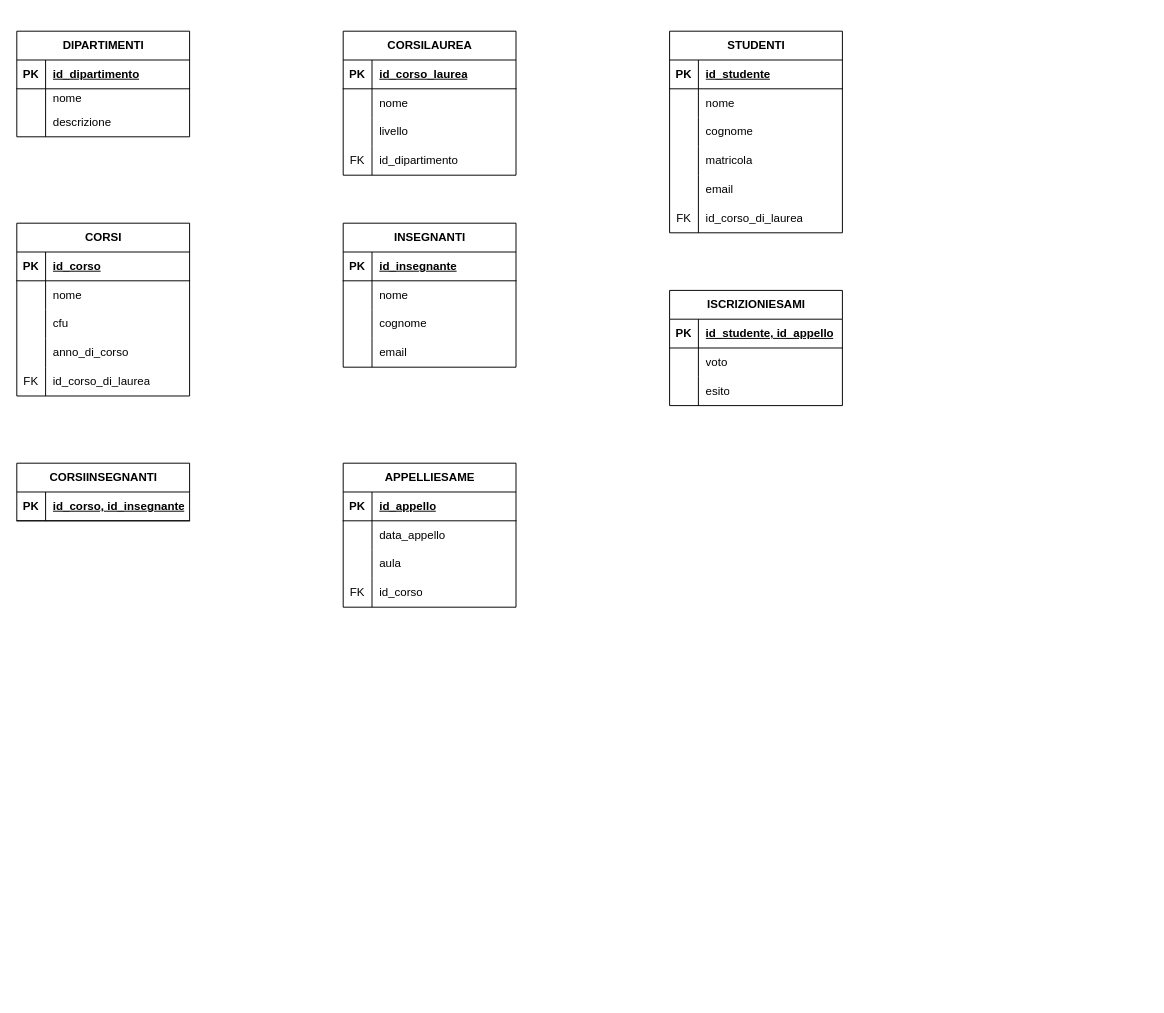
Above: university.dio in Michecosa/db-university (draw.io), before the change. Source tidied: cells renumbered, new cells numbered last; positions are measured from the earlier drawing's top-left corner, leaving out a move shared by most shapes. Both pictures are drawn from the tidied source at 96%, with x=0, y=0 at pixel (16, 31).
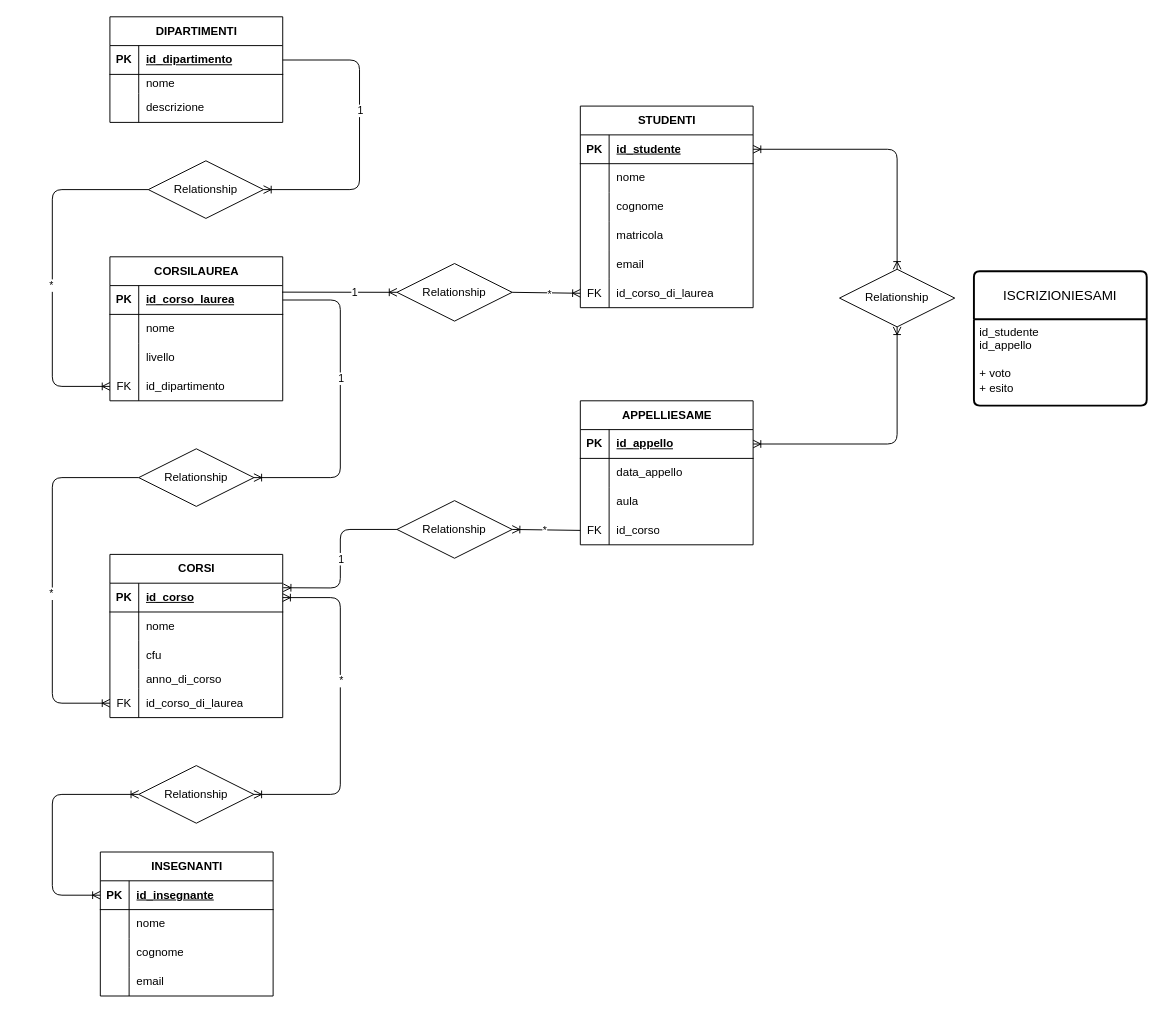
After the change.

Commit message (it also covers changes not shown here):
Add complete ER diagram of university schema

The change refers to these unchanged cells:
```xml
<mxCell id="3" style="shape=tableRow;horizontal=0;startSize=0;swimlaneHead=0;swimlaneBody=0;fillColor=none;points=[[0,0.5],[1,0.5]];portConstraint=eastwest;top=0;left=0;right=0;bottom=1;" parent="2" vertex="1">
  <mxGeometry y="30" width="180" height="30" as="geometry" />
</mxCell>
<mxCell id="13" style="shape=tableRow;horizontal=0;startSize=0;swimlaneHead=0;swimlaneBody=0;fillColor=none;points=[[0,0.5],[1,0.5]];portConstraint=eastwest;top=0;left=0;right=0;bottom=1;" parent="12" vertex="1">
  <mxGeometry y="30" width="180" height="30" as="geometry" />
</mxCell>
<mxCell id="22" style="shape=tableRow;horizontal=0;startSize=0;swimlaneHead=0;swimlaneBody=0;fillColor=none;points=[[0,0.5],[1,0.5]];portConstraint=eastwest;top=0;left=0;right=0;bottom=0;" parent="12" vertex="1">
  <mxGeometry y="120" width="180" height="30" as="geometry" />
</mxCell>
<mxCell id="26" style="shape=tableRow;horizontal=0;startSize=0;swimlaneHead=0;swimlaneBody=0;fillColor=none;points=[[0,0.5],[1,0.5]];portConstraint=eastwest;top=0;left=0;right=0;bottom=1;" parent="25" vertex="1">
  <mxGeometry y="30" width="180" height="30" as="geometry" />
</mxCell>
<mxCell id="42" style="shape=tableRow;horizontal=0;startSize=0;swimlaneHead=0;swimlaneBody=0;fillColor=none;points=[[0,0.5],[1,0.5]];portConstraint=eastwest;top=0;left=0;right=0;bottom=1;" parent="41" vertex="1">
  <mxGeometry y="30" width="180" height="30" as="geometry" />
</mxCell>
<mxCell id="59" style="shape=tableRow;horizontal=0;startSize=0;swimlaneHead=0;swimlaneBody=0;fillColor=none;points=[[0,0.5],[1,0.5]];portConstraint=eastwest;top=0;left=0;right=0;bottom=1;" parent="58" vertex="1">
  <mxGeometry y="30" width="180" height="30" as="geometry" />
</mxCell>
<mxCell id="68" style="shape=tableRow;horizontal=0;startSize=0;swimlaneHead=0;swimlaneBody=0;fillColor=none;points=[[0,0.5],[1,0.5]];portConstraint=eastwest;top=0;left=0;right=0;bottom=0;" parent="58" vertex="1">
  <mxGeometry y="120" width="180" height="30" as="geometry" />
</mxCell>
<mxCell id="72" style="shape=tableRow;horizontal=0;startSize=0;swimlaneHead=0;swimlaneBody=0;fillColor=none;points=[[0,0.5],[1,0.5]];portConstraint=eastwest;top=0;left=0;right=0;bottom=1;" parent="71" vertex="1">
  <mxGeometry y="30" width="180" height="30" as="geometry" />
</mxCell>
<mxCell id="87" style="shape=tableRow;horizontal=0;startSize=0;swimlaneHead=0;swimlaneBody=0;fillColor=none;points=[[0,0.5],[1,0.5]];portConstraint=eastwest;top=0;left=0;right=0;bottom=0;" parent="71" vertex="1">
  <mxGeometry y="180" width="180" height="30" as="geometry" />
</mxCell>
```

What changed in the source:
```diff
@@
-<mxGraphModel>
+<mxGraphModel background="#FFFFFF">
@@
     <mxCell id="2" value="DIPARTIMENTI" style="shape=table;startSize=30;childLayout=tableLayout;rowLines=0;fontStyle=1;align=center;html=1;" parent="1" vertex="1">
-      <mxGeometry width="180" height="110" as="geometry" />
+      <mxGeometry x="97" y="-15" width="180" height="110" as="geometry" />
     </mxCell>
@@
     <mxCell id="12" value="CORSILAUREA" style="shape=table;startSize=30;childLayout=tableLayout;rowLines=0;fontStyle=1;align=center;html=1;" parent="1" vertex="1">
-      <mxGeometry x="340" width="180" height="150" as="geometry" />
+      <mxGeometry x="97" y="235" width="180" height="150" as="geometry" />
     </mxCell>
@@
     <mxCell id="25" value="CORSI" style="shape=table;startSize=30;childLayout=tableLayout;rowLines=0;fontStyle=1;align=center;html=1;" parent="1" vertex="1">
-      <mxGeometry y="200" width="180" height="180" as="geometry" />
+      <mxGeometry x="97" y="545" width="180" height="170" as="geometry" />
     </mxCell>
@@
     <mxCell id="35" style="shape=tableRow;horizontal=0;startSize=0;swimlaneHead=0;swimlaneBody=0;fillColor=none;top=0;left=0;right=0;bottom=0;" parent="25" vertex="1">
-      <mxGeometry y="120" width="180" height="30" as="geometry" />
+      <mxGeometry y="120" width="180" height="20" as="geometry" />
     </mxCell>
     <mxCell id="36" style="shape=partialRectangle;fillColor=none;top=0;left=0;bottom=0;right=0;overflow=hidden;whiteSpace=wrap;html=1;" parent="35" vertex="1">
-      <mxGeometry width="30" height="30" as="geometry" />
+      <mxGeometry width="30" height="20" as="geometry" />
     </mxCell>
     <mxCell id="37" value="anno_di_corso" style="shape=partialRectangle;fillColor=none;top=0;left=0;bottom=0;right=0;align=left;spacingLeft=6;overflow=hidden;whiteSpace=wrap;html=1;" parent="35" vertex="1">
-      <mxGeometry x="30" width="150" height="30" as="geometry" />
+      <mxGeometry x="30" width="150" height="20" as="geometry" />
     </mxCell>
     <mxCell id="38" style="shape=tableRow;horizontal=0;startSize=0;swimlaneHead=0;swimlaneBody=0;fillColor=none;points=[[0,0.5],[1,0.5]];portConstraint=eastwest;top=0;left=0;right=0;bottom=0;" parent="25" vertex="1">
-      <mxGeometry y="150" width="180" height="30" as="geometry" />
+      <mxGeometry y="140" width="180" height="30" as="geometry" />
     </mxCell>
@@
     <mxCell id="41" value="INSEGNANTI" style="shape=table;startSize=30;childLayout=tableLayout;rowLines=0;fontStyle=1;align=center;html=1;" parent="1" vertex="1">
-      <mxGeometry x="340" y="200" width="180" height="150" as="geometry" />
+      <mxGeometry x="87" y="855" width="180" height="150" as="geometry" />
     </mxCell>
@@
-    <mxCell id="54" value="CORSIINSEGNANTI" style="shape=table;startSize=30;childLayout=tableLayout;rowLines=0;fontStyle=1;align=center;html=1;" parent="1" vertex="1">
-      <mxGeometry y="450" width="180" height="60" as="geometry" />
-    </mxCell>
-    <mxCell id="55" style="shape=tableRow;horizontal=0;startSize=0;swimlaneHead=0;swimlaneBody=0;fillColor=none;top=0;left=0;right=0;bottom=1;" parent="54" vertex="1">
-      <mxGeometry y="30" width="180" height="30" as="geometry" />
-    </mxCell>
-    <mxCell id="56" value="PK" style="shape=partialRectangle;fillColor=none;top=0;left=0;bottom=0;right=0;fontStyle=1;overflow=hidden;whiteSpace=wrap;html=1;" parent="55" vertex="1">
-      <mxGeometry width="30" height="30" as="geometry" />
-    </mxCell>
-    <mxCell id="57" value="id_corso, id_insegnante" style="shape=partialRectangle;fillColor=none;top=0;left=0;bottom=0;right=0;align=left;spacingLeft=6;fontStyle=5;overflow=hidden;whiteSpace=wrap;html=1;" parent="55" vertex="1">
-      <mxGeometry x="30" width="150" height="30" as="geometry" />
-    </mxCell>
     <mxCell id="58" value="APPELLIESAME" style="shape=table;startSize=30;childLayout=tableLayout;rowLines=0;fontStyle=1;align=center;html=1;" parent="1" vertex="1">
-      <mxGeometry x="340" y="450" width="180" height="150" as="geometry" />
+      <mxGeometry x="587" y="385" width="180" height="150" as="geometry" />
     </mxCell>
@@
     <mxCell id="71" value="STUDENTI" style="shape=table;startSize=30;childLayout=tableLayout;rowLines=0;fontStyle=1;align=center;html=1;" parent="1" vertex="1">
-      <mxGeometry x="680" width="180" height="210" as="geometry" />
+      <mxGeometry x="587" y="78" width="180" height="210" as="geometry" />
     </mxCell>
@@
+    <mxCell id="100" style="edgeStyle=none;html=1;exitX=0;exitY=0.5;exitDx=0;exitDy=0;endArrow=ERoneToMany;endFill=0;entryX=0;entryY=0.5;entryDx=0;entryDy=0;" parent="1" edge="1" source="104" target="22">
+      <mxGeometry relative="1" as="geometry">
+        <Array as="points">
+          <mxPoint x="37" y="165" />
+          <mxPoint x="37" y="370" />
+        </Array>
+      </mxGeometry>
+    </mxCell>
+    <mxCell id="101" value="*" style="edgeLabel;html=1;align=center;verticalAlign=middle;" parent="100" vertex="1">
+      <mxGeometry x="0.09" y="-2" relative="1" as="geometry" />
+    </mxCell>
+    <mxCell id="102" style="edgeStyle=none;html=1;exitX=1;exitY=0.5;exitDx=0;exitDy=0;entryX=1;entryY=0.5;entryDx=0;entryDy=0;endArrow=ERoneToMany;endFill=0;" parent="1" edge="1" source="3" target="104">
+      <mxGeometry relative="1" as="geometry">
+        <Array as="points">
+          <mxPoint x="357" y="30" />
+          <mxPoint x="357" y="165" />
+        </Array>
+      </mxGeometry>
+    </mxCell>
+    <mxCell id="103" value="1" style="edgeLabel;html=1;align=center;verticalAlign=middle;" parent="102" vertex="1">
+      <mxGeometry x="-0.16" relative="1" as="geometry" />
+    </mxCell>
+    <mxCell id="104" value="Relationship" style="shape=rhombus;perimeter=rhombusPerimeter;whiteSpace=wrap;html=1;align=center;" parent="1" vertex="1">
+      <mxGeometry x="137" y="135" width="120" height="60" as="geometry" />
+    </mxCell>
+    <mxCell id="105" style="edgeStyle=none;html=1;exitX=0;exitY=0.5;exitDx=0;exitDy=0;endArrow=ERoneToMany;endFill=0;entryX=0;entryY=0.5;entryDx=0;entryDy=0;" parent="1" edge="1" source="109" target="38">
+      <mxGeometry relative="1" as="geometry">
+        <Array as="points">
+          <mxPoint x="37" y="465" />
+          <mxPoint x="37" y="700" />
+        </Array>
+      </mxGeometry>
+    </mxCell>
+    <mxCell id="106" value="*" style="edgeLabel;html=1;align=center;verticalAlign=middle;" parent="105" vertex="1">
+      <mxGeometry x="0.09" y="-2" relative="1" as="geometry" />
+    </mxCell>
+    <mxCell id="107" style="edgeStyle=none;html=1;entryX=1;entryY=0.5;entryDx=0;entryDy=0;endArrow=ERoneToMany;endFill=0;exitX=1;exitY=0.5;exitDx=0;exitDy=0;" parent="1" edge="1" source="13" target="109">
+      <mxGeometry relative="1" as="geometry">
+        <Array as="points">
+          <mxPoint x="337" y="280" />
+          <mxPoint x="337" y="465" />
+        </Array>
+      </mxGeometry>
+    </mxCell>
+    <mxCell id="108" value="1" style="edgeLabel;html=1;align=center;verticalAlign=middle;" parent="107" vertex="1">
+      <mxGeometry x="-0.16" relative="1" as="geometry" />
+    </mxCell>
+    <mxCell id="109" value="Relationship" style="shape=rhombus;perimeter=rhombusPerimeter;whiteSpace=wrap;html=1;align=center;" parent="1" vertex="1">
+      <mxGeometry x="127" y="435" width="120" height="60" as="geometry" />
+    </mxCell>
+    <mxCell id="110" style="edgeStyle=none;html=1;exitX=0;exitY=0.5;exitDx=0;exitDy=0;entryX=0;entryY=0.5;entryDx=0;entryDy=0;endArrow=ERoneToMany;endFill=0;startArrow=ERoneToMany;startFill=0;" parent="1" edge="1" source="111" target="42">
+      <mxGeometry relative="1" as="geometry">
+        <Array as="points">
+          <mxPoint x="37" y="795" />
+          <mxPoint x="37" y="900" />
+        </Array>
+      </mxGeometry>
+    </mxCell>
+    <mxCell id="111" value="Relationship" style="shape=rhombus;perimeter=rhombusPerimeter;whiteSpace=wrap;html=1;align=center;" parent="1" vertex="1">
+      <mxGeometry x="127" y="765" width="120" height="60" as="geometry" />
+    </mxCell>
+    <mxCell id="112" style="edgeStyle=none;html=1;exitX=1;exitY=0.5;exitDx=0;exitDy=0;entryX=1;entryY=0.5;entryDx=0;entryDy=0;endArrow=ERoneToMany;endFill=0;startArrow=ERoneToMany;startFill=0;" parent="1" edge="1" source="26" target="111">
+      <mxGeometry relative="1" as="geometry">
+        <Array as="points">
+          <mxPoint x="337" y="590" />
+          <mxPoint x="337" y="795" />
+        </Array>
+      </mxGeometry>
+    </mxCell>
+    <mxCell id="113" value="*" style="edgeLabel;html=1;align=center;verticalAlign=middle;" parent="112" vertex="1">
+      <mxGeometry x="-0.18" relative="1" as="geometry" />
+    </mxCell>
+    <mxCell id="114" style="edgeStyle=none;html=1;exitX=1;exitY=0.5;exitDx=0;exitDy=0;entryX=0;entryY=0.5;entryDx=0;entryDy=0;endArrow=none;endFill=0;startArrow=ERoneToMany;startFill=0;" parent="1" edge="1" source="118" target="68">
+      <mxGeometry relative="1" as="geometry" />
+    </mxCell>
+    <mxCell id="115" value="*" style="edgeLabel;html=1;align=center;verticalAlign=middle;" parent="114" vertex="1">
+      <mxGeometry x="-0.03" relative="1" as="geometry" />
+    </mxCell>
+    <mxCell id="116" style="edgeStyle=none;html=1;exitX=1.003;exitY=0.157;exitDx=0;exitDy=0;entryX=0;entryY=0.5;entryDx=0;entryDy=0;exitPerimeter=0;endArrow=none;endFill=0;startArrow=ERoneToMany;startFill=0;" parent="1" edge="1" source="26" target="118">
+      <mxGeometry relative="1" as="geometry">
+        <Array as="points">
+          <mxPoint x="337" y="580" />
+          <mxPoint x="337" y="519" />
+        </Array>
+      </mxGeometry>
+    </mxCell>
+    <mxCell id="117" value="1" style="edgeLabel;html=1;align=center;verticalAlign=middle;" parent="116" vertex="1">
+      <mxGeometry relative="1" as="geometry" />
+    </mxCell>
+    <mxCell id="118" value="Relationship" style="shape=rhombus;perimeter=rhombusPerimeter;whiteSpace=wrap;html=1;align=center;" parent="1" vertex="1">
+      <mxGeometry x="396" y="489" width="120" height="60" as="geometry" />
+    </mxCell>
+    <mxCell id="119" style="endArrow=ERoneToMany;html=1;rounded=0;exitX=1;exitY=0.5;exitDx=0;exitDy=0;entryX=0;entryY=0.5;entryDx=0;entryDy=0;endFill=0;" parent="1" edge="1" source="123" target="87">
+      <mxGeometry relative="1" as="geometry" />
+    </mxCell>
+    <mxCell id="120" value="*" style="edgeLabel;html=1;align=center;verticalAlign=middle;" parent="119" vertex="1">
+      <mxGeometry x="0.09" y="-1" relative="1" as="geometry" />
+    </mxCell>
+    <mxCell id="121" style="endArrow=ERoneToMany;html=1;rounded=0;exitX=0.996;exitY=0.227;exitDx=0;exitDy=0;exitPerimeter=0;entryX=0;entryY=0.5;entryDx=0;entryDy=0;endFill=0;" parent="1" edge="1" source="13" target="123">
+      <mxGeometry relative="1" as="geometry" />
+    </mxCell>
+    <mxCell id="122" value="1" style="edgeLabel;html=1;align=center;verticalAlign=middle;" parent="121" vertex="1">
+      <mxGeometry x="0.25" relative="1" as="geometry" />
+    </mxCell>
+    <mxCell id="123" value="Relationship" style="shape=rhombus;perimeter=rhombusPerimeter;whiteSpace=wrap;html=1;align=center;" parent="1" vertex="1">
+      <mxGeometry x="396" y="242" width="120" height="60" as="geometry" />
+    </mxCell>
+    <mxCell id="124" style="edgeStyle=none;html=1;exitX=1;exitY=0.5;exitDx=0;exitDy=0;entryX=0.5;entryY=0;entryDx=0;entryDy=0;startArrow=ERoneToMany;startFill=0;endArrow=ERoneToMany;endFill=0;" parent="1" edge="1" source="72" target="126">
+      <mxGeometry relative="1" as="geometry">
+        <Array as="points">
+          <mxPoint x="917" y="123" />
+        </Array>
+      </mxGeometry>
+    </mxCell>
+    <mxCell id="125" style="edgeStyle=none;html=1;exitX=0.5;exitY=1;exitDx=0;exitDy=0;entryX=1;entryY=0.5;entryDx=0;entryDy=0;startArrow=ERoneToMany;startFill=0;endArrow=ERoneToMany;endFill=0;" parent="1" edge="1" source="126" target="59">
+      <mxGeometry relative="1" as="geometry">
+        <Array as="points">
+          <mxPoint x="917" y="430" />
+        </Array>
+      </mxGeometry>
+    </mxCell>
+    <mxCell id="126" value="Relationship" style="shape=rhombus;perimeter=rhombusPerimeter;whiteSpace=wrap;html=1;align=center;" parent="1" vertex="1">
+      <mxGeometry x="857" y="248" width="120" height="60" as="geometry" />
+    </mxCell>
-    <mxCell id="90" value="ISCRIZIONIESAMI" style="shape=table;startSize=30;childLayout=tableLayout;rowLines=0;fontStyle=1;align=center;html=1;" parent="1" vertex="1">
-      <mxGeometry x="680" y="270" width="180" height="120" as="geometry" />
+    <mxCell id="90" value="ISCRIZIONIESAMI" style="swimlane;horizontal=1;startSize=50;rounded=1;fontSize=14;fontStyle=0;strokeWidth=2;shadow=0;dashed=0;align=center;arcSize=4;whiteSpace=wrap;html=1;" parent="1" vertex="1">
+      <mxGeometry x="997" y="250" width="180" height="140" as="geometry" />
     </mxCell>
-    <mxCell id="91" style="shape=tableRow;horizontal=0;startSize=0;swimlaneHead=0;swimlaneBody=0;fillColor=none;top=0;left=0;right=0;bottom=1;" parent="90" vertex="1">
-      <mxGeometry y="30" width="180" height="30" as="geometry" />
-    </mxCell>
-    <mxCell id="92" value="PK" style="shape=partialRectangle;fillColor=none;top=0;left=0;bottom=0;right=0;fontStyle=1;overflow=hidden;whiteSpace=wrap;html=1;" parent="91" vertex="1">
-      <mxGeometry width="30" height="30" as="geometry" />
-    </mxCell>
-    <mxCell id="93" value="id_studente, id_appello" style="shape=partialRectangle;fillColor=none;top=0;left=0;bottom=0;right=0;align=left;spacingLeft=6;fontStyle=5;overflow=hidden;whiteSpace=wrap;html=1;" parent="91" vertex="1">
-      <mxGeometry x="30" width="150" height="30" as="geometry" />
-    </mxCell>
-    <mxCell id="94" style="shape=tableRow;horizontal=0;startSize=0;swimlaneHead=0;swimlaneBody=0;fillColor=none;top=0;left=0;right=0;bottom=0;" parent="90" vertex="1">
-      <mxGeometry y="60" width="180" height="30" as="geometry" />
-    </mxCell>
-    <mxCell id="95" style="shape=partialRectangle;fillColor=none;top=0;left=0;bottom=0;right=0;overflow=hidden;whiteSpace=wrap;html=1;" parent="94" vertex="1">
-      <mxGeometry width="30" height="30" as="geometry" />
-    </mxCell>
-    <mxCell id="96" value="voto" style="shape=partialRectangle;fillColor=none;top=0;left=0;bottom=0;right=0;align=left;spacingLeft=6;overflow=hidden;whiteSpace=wrap;html=1;" parent="94" vertex="1">
-      <mxGeometry x="30" width="150" height="30" as="geometry" />
-    </mxCell>
-    <mxCell id="97" style="shape=tableRow;horizontal=0;startSize=0;swimlaneHead=0;swimlaneBody=0;fillColor=none;top=0;left=0;right=0;bottom=0;" parent="90" vertex="1">
-      <mxGeometry y="90" width="180" height="30" as="geometry" />
-    </mxCell>
-    <mxCell id="98" style="shape=partialRectangle;fillColor=none;top=0;left=0;bottom=0;right=0;overflow=hidden;whiteSpace=wrap;html=1;" parent="97" vertex="1">
-      <mxGeometry width="30" height="30" as="geometry" />
-    </mxCell>
-    <mxCell id="99" value="esito" style="shape=partialRectangle;fillColor=none;top=0;left=0;bottom=0;right=0;align=left;spacingLeft=6;overflow=hidden;whiteSpace=wrap;html=1;" parent="97" vertex="1">
-      <mxGeometry x="30" width="150" height="30" as="geometry" />
-    </mxCell>
+    <mxCell id="127" value="&lt;div&gt;id_studente&lt;/div&gt;&lt;div&gt;id_appello&lt;/div&gt;&lt;div&gt;&lt;br&gt;&lt;/div&gt;+ voto&lt;div&gt;+ esito&lt;/div&gt;" style="align=left;strokeColor=none;fillColor=none;spacingLeft=4;fontSize=12;verticalAlign=top;html=1;" parent="90" vertex="1">
+      <mxGeometry y="50" width="180" height="90" as="geometry" />
+    </mxCell>
```
